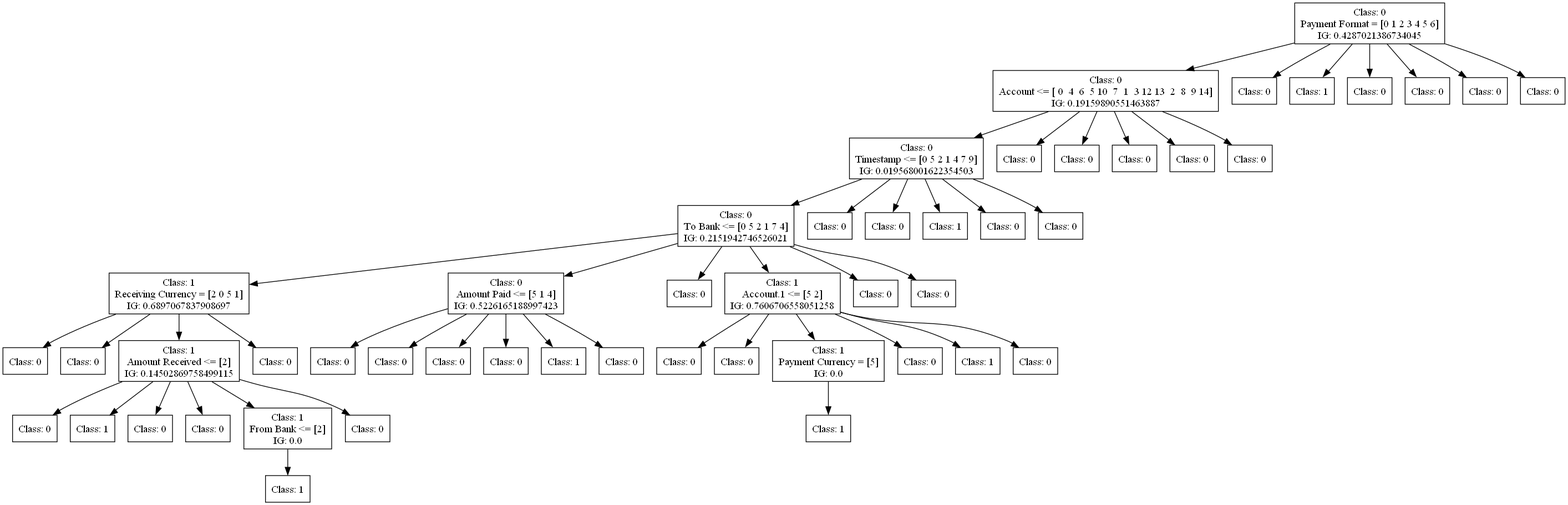
FedericoBruzzone/anti-money-laundering keeps this Graphviz diagram as dot_figs/tree-id3-oversampling-6.png. Above is the earlier version. Its source is kept beside it as dot_figs/tree-id3-oversampling-6.dot.
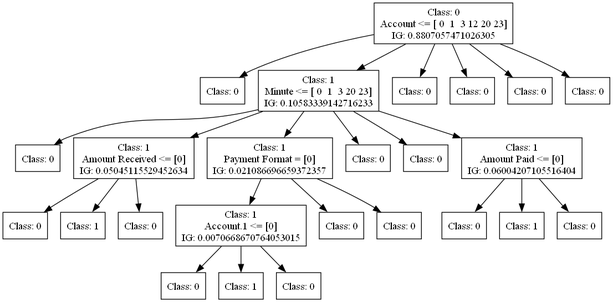
Above is the later version.

Diff of the diagram source:
```diff
@@ -1,163 +1,84 @@
 digraph DecisionTree {
 	rankdir=TD;
 	node [shape=box];
-	2337401892928 [label="Class: 0
-Payment Format = [0 1 2 3 4 5 6]
-IG: 0.4287021386734045"];
-	2342464377216 [label="Class: 0
-Account <= [ 0  4  6  5 10  7  1  3 12 13  2  8  9 14]
-IG: 0.19159890551463887"];
-	2337401892928 -> 2342464377216;
-	2342464376496 [label="Class: 0
-Timestamp <= [0 5 2 1 4 7 9]
-IG: 0.019568001622354503"];
-	2342464377216 -> 2342464376496;
-	2342464376928 [label="Class: 0
-To Bank <= [0 5 2 1 7 4]
-IG: 0.2151942746526021"];
-	2342464376496 -> 2342464376928;
-	2342464373088 [label="Class: 1
-Receiving Currency = [2 0 5 1]
-IG: 0.6897067837908697"];
-	2342464376928 -> 2342464373088;
-	2342464382496 [label="Class: 0
+	2150864728368 [label="Class: 0
+Account <= [ 0  1  3 12 20 23]
+IG: 0.8807057471026305"];
+	2151012409088 [label="Class: 0
 "];
-	2342464373088 -> 2342464382496;
-	2342464382352 [label="Class: 0
+	2150864728368 -> 2151012409088;
+	2151012409520 [label="Class: 1
+Minute <= [ 0  1  3 20 23]
+IG: 0.10583339142716233"];
+	2150864728368 -> 2151012409520;
+	2151012407264 [label="Class: 0
 "];
-	2342464373088 -> 2342464382352;
-	2342464379376 [label="Class: 1
-Amount Received <= [2]
-IG: 0.14502869758499115"];
-	2342464373088 -> 2342464379376;
-	2337401891632 [label="Class: 0
+	2151012409520 -> 2151012407264;
+	2151012412160 [label="Class: 1
+Amount Received <= [0]
+IG: 0.05045115529452634"];
+	2151012409520 -> 2151012412160;
+	2151012413120 [label="Class: 0
 "];
-	2342464379376 -> 2337401891632;
-	2342464377888 [label="Class: 1
+	2151012412160 -> 2151012413120;
+	2151012413312 [label="Class: 1
 "];
-	2342464379376 -> 2342464377888;
-	2342464373760 [label="Class: 0
+	2151012412160 -> 2151012413312;
+	2151012407504 [label="Class: 0
 "];
-	2342464379376 -> 2342464373760;
-	2342464382784 [label="Class: 0
+	2151012412160 -> 2151012407504;
+	2151012406496 [label="Class: 1
+Payment Format = [0]
+IG: 0.021086696659372357"];
+	2151012409520 -> 2151012406496;
+	2151012410288 [label="Class: 1
+Account.1 <= [0]
+IG: 0.0070668670764053015"];
+	2151012406496 -> 2151012410288;
+	2151012414128 [label="Class: 0
 "];
-	2342464379376 -> 2342464382784;
-	2342464380288 [label="Class: 1
-From Bank <= [2]
-IG: 0.0"];
-	2342464379376 -> 2342464380288;
-	2342464374000 [label="Class: 1
+	2151012410288 -> 2151012414128;
+	2151012414320 [label="Class: 1
 "];
-	2342464380288 -> 2342464374000;
-	2342464381536 [label="Class: 0
+	2151012410288 -> 2151012414320;
+	2151012413840 [label="Class: 0
 "];
-	2342464379376 -> 2342464381536;
-	2342464373424 [label="Class: 0
+	2151012410288 -> 2151012413840;
+	2151012410384 [label="Class: 0
 "];
-	2342464373088 -> 2342464373424;
-	2342464376832 [label="Class: 0
-Amount Paid <= [5 1 4]
-IG: 0.5226165188997423"];
-	2342464376928 -> 2342464376832;
-	2342464379232 [label="Class: 0
+	2151012406496 -> 2151012410384;
+	2151012406832 [label="Class: 0
 "];
-	2342464376832 -> 2342464379232;
-	2342464376208 [label="Class: 0
+	2151012406496 -> 2151012406832;
+	2151012405152 [label="Class: 0
 "];
-	2342464376832 -> 2342464376208;
-	2342464384272 [label="Class: 0
+	2151012409520 -> 2151012405152;
+	2151012411920 [label="Class: 0
 "];
-	2342464376832 -> 2342464384272;
-	2342464381776 [label="Class: 0
+	2151012409520 -> 2151012411920;
+	2151012404576 [label="Class: 1
+Amount Paid <= [0]
+IG: 0.06004207105516404"];
+	2151012409520 -> 2151012404576;
+	2151012414896 [label="Class: 0
 "];
-	2342464376832 -> 2342464381776;
-	2342464377504 [label="Class: 1
+	2151012404576 -> 2151012414896;
+	2151012415088 [label="Class: 1
 "];
-	2342464376832 -> 2342464377504;
-	2342464382112 [label="Class: 0
+	2151012404576 -> 2151012415088;
+	2151012414608 [label="Class: 0
 "];
-	2342464376832 -> 2342464382112;
-	2342464381584 [label="Class: 0
+	2151012404576 -> 2151012414608;
+	2151012407024 [label="Class: 0
 "];
-	2342464376928 -> 2342464381584;
-	2342464373136 [label="Class: 1
-Account.1 <= [5 2]
-IG: 0.7606706558051258"];
-	2342464376928 -> 2342464373136;
-	2342464384656 [label="Class: 0
+	2150864728368 -> 2151012407024;
+	2151012409280 [label="Class: 0
 "];
-	2342464373136 -> 2342464384656;
-	2342464385376 [label="Class: 0
+	2150864728368 -> 2151012409280;
+	2151012408944 [label="Class: 0
 "];
-	2342464373136 -> 2342464385376;
-	2342464385184 [label="Class: 1
-Payment Currency = [5]
-IG: 0.0"];
-	2342464373136 -> 2342464385184;
-	2342464381824 [label="Class: 1
+	2150864728368 -> 2151012408944;
+	2151012407696 [label="Class: 0
 "];
-	2342464385184 -> 2342464381824;
-	2342464380336 [label="Class: 0
-"];
-	2342464373136 -> 2342464380336;
-	2342464384080 [label="Class: 1
-"];
-	2342464373136 -> 2342464384080;
-	2342464383840 [label="Class: 0
-"];
-	2342464373136 -> 2342464383840;
-	2342464376064 [label="Class: 0
-"];
-	2342464376928 -> 2342464376064;
-	2342464376784 [label="Class: 0
-"];
-	2342464376928 -> 2342464376784;
-	2342464375776 [label="Class: 0
-"];
-	2342464376496 -> 2342464375776;
-	2342464380672 [label="Class: 0
-"];
-	2342464376496 -> 2342464380672;
-	2342464380720 [label="Class: 1
-"];
-	2342464376496 -> 2342464380720;
-	2342464377648 [label="Class: 0
-"];
-	2342464376496 -> 2342464377648;
-	2342464378800 [label="Class: 0
-"];
-	2342464376496 -> 2342464378800;
-	2342464376400 [label="Class: 0
-"];
-	2342464377216 -> 2342464376400;
-	2342464379760 [label="Class: 0
-"];
-	2342464377216 -> 2342464379760;
-	2342464374288 [label="Class: 0
-"];
-	2342464377216 -> 2342464374288;
-	2342464378992 [label="Class: 0
-"];
-	2342464377216 -> 2342464378992;
-	2342464376880 [label="Class: 0
-"];
-	2342464377216 -> 2342464376880;
-	2342464376352 [label="Class: 0
-"];
-	2337401892928 -> 2342464376352;
-	2342464379472 [label="Class: 1
-"];
-	2337401892928 -> 2342464379472;
-	2342464379424 [label="Class: 0
-"];
-	2337401892928 -> 2342464379424;
-	2342464376976 [label="Class: 0
-"];
-	2337401892928 -> 2342464376976;
-	2342464375152 [label="Class: 0
-"];
-	2337401892928 -> 2342464375152;
-	2342464378128 [label="Class: 0
-"];
-	2337401892928 -> 2342464378128;
+	2150864728368 -> 2151012407696;
 }
```
